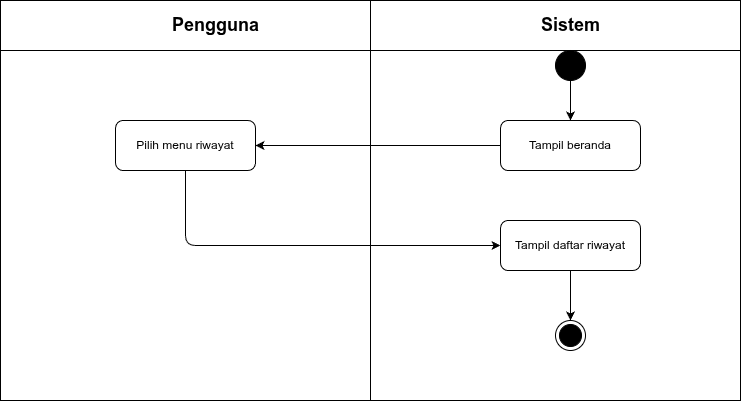
Before: diagram/activity/pengguna/lihat-riwayat.png, a diagram exported from draw.io (RajaSunrise/kangkungku). Source tidied: cells renumbered, new cells last; positions are measured from the earlier drawing's top-left corner, leaving out a move shared by most shapes.
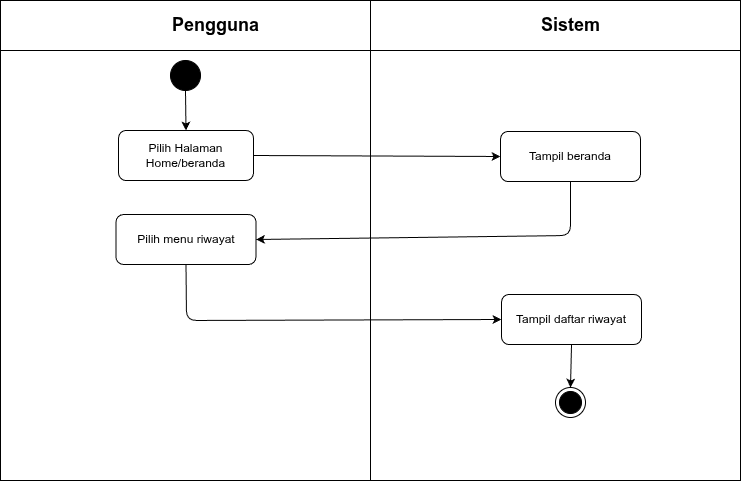
The same file after the commit.

Change to the diagram source:
```diff
@@ -3,7 +3,7 @@
     <mxCell id="0" />
     <mxCell id="1" parent="0" />
     <mxCell id="2" style="shape=internalStorage;whiteSpace=wrap;html=1;backgroundOutline=1;dx=370;dy=50;" parent="1" vertex="1">
-      <mxGeometry width="740" height="400" as="geometry" />
+      <mxGeometry width="740" height="480" as="geometry" />
     </mxCell>
     <mxCell id="3" value="Pengguna" style="text;html=1;strokeColor=none;fillColor=none;align=center;verticalAlign=middle;rounded=1;fontSize=18;fontStyle=1;" parent="1" vertex="1">
       <mxGeometry x="165" y="10" width="100" height="30" as="geometry" />
@@ -12,35 +12,45 @@
       <mxGeometry x="535" y="10" width="70" height="30" as="geometry" />
     </mxCell>
     <mxCell id="5" style="ellipse;whiteSpace=wrap;html=1;fillColor=#000000;strokeColor=#000000;" parent="1" vertex="1">
-      <mxGeometry x="555" y="50" width="30" height="30" as="geometry" />
+      <mxGeometry x="170" y="60" width="30" height="30" as="geometry" />
     </mxCell>
     <mxCell id="6" value="Tampil beranda" style="rounded=1;whiteSpace=wrap;html=1;" parent="1" vertex="1">
-      <mxGeometry x="500" y="120" width="140" height="50" as="geometry" />
+      <mxGeometry x="500" y="131" width="140" height="50" as="geometry" />
     </mxCell>
-    <mxCell id="7" style="endArrow=classic;html=1;exitX=0.5;exitY=1;entryX=0.5;entryY=0;" parent="1" edge="1" source="5" target="6">
+    <mxCell id="7" style="endArrow=classic;html=1;exitX=0.5;exitY=1;entryX=0.5;entryY=0;entryDx=0;entryDy=0;" parent="1" edge="1" source="5" target="14">
       <mxGeometry relative="1" as="geometry" />
     </mxCell>
     <mxCell id="8" value="Pilih menu riwayat" style="rounded=1;whiteSpace=wrap;html=1;" parent="1" vertex="1">
-      <mxGeometry x="115" y="120" width="140" height="50" as="geometry" />
+      <mxGeometry x="115.5" y="214" width="140" height="50" as="geometry" />
     </mxCell>
-    <mxCell id="9" style="endArrow=classic;html=1;exitX=0;exitY=0.5;entryX=1;entryY=0.5;" parent="1" edge="1" source="6" target="8">
-      <mxGeometry relative="1" as="geometry" />
+    <mxCell id="9" style="endArrow=classic;html=1;exitX=0.5;exitY=1;entryX=1;entryY=0.5;exitDx=0;exitDy=0;" parent="1" edge="1" source="6" target="8">
+      <mxGeometry relative="1" as="geometry">
+        <Array as="points">
+          <mxPoint x="570" y="235" />
+        </Array>
+      </mxGeometry>
     </mxCell>
     <mxCell id="10" value="Tampil daftar riwayat" style="rounded=1;whiteSpace=wrap;html=1;" parent="1" vertex="1">
-      <mxGeometry x="500" y="220" width="140" height="50" as="geometry" />
+      <mxGeometry x="501" y="294" width="140" height="50" as="geometry" />
     </mxCell>
     <mxCell id="11" style="endArrow=classic;html=1;exitX=0.5;exitY=1;entryX=0;entryY=0.5;" parent="1" edge="1" source="8" target="10">
       <mxGeometry relative="1" as="geometry">
         <Array as="points">
-          <mxPoint x="185" y="245" />
+          <mxPoint x="186" y="320" />
         </Array>
       </mxGeometry>
     </mxCell>
     <mxCell id="12" style="ellipse;html=1;shape=endState;fillColor=#000000;strokeColor=#000000;" parent="1" vertex="1">
-      <mxGeometry x="555" y="320" width="30" height="30" as="geometry" />
+      <mxGeometry x="555" y="387" width="30" height="30" as="geometry" />
     </mxCell>
     <mxCell id="13" style="endArrow=classic;html=1;exitX=0.5;exitY=1;entryX=0.5;entryY=0;" parent="1" edge="1" source="10" target="12">
       <mxGeometry relative="1" as="geometry" />
     </mxCell>
+    <mxCell id="14" value="Pilih Halaman Home/beranda" style="rounded=1;whiteSpace=wrap;html=1;" parent="1" vertex="1">
+      <mxGeometry x="118" y="130" width="135" height="50" as="geometry" />
+    </mxCell>
+    <mxCell id="15" style="endArrow=classic;html=1;exitX=1;exitY=0.5;exitDx=0;exitDy=0;entryX=0;entryY=0.5;entryDx=0;entryDy=0;" parent="1" edge="1" source="14" target="6">
+      <mxGeometry relative="1" as="geometry" />
+    </mxCell>
   </root>
 </mxGraphModel>
```
